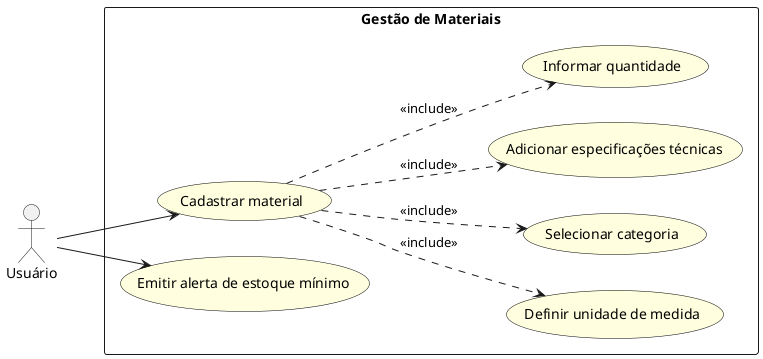
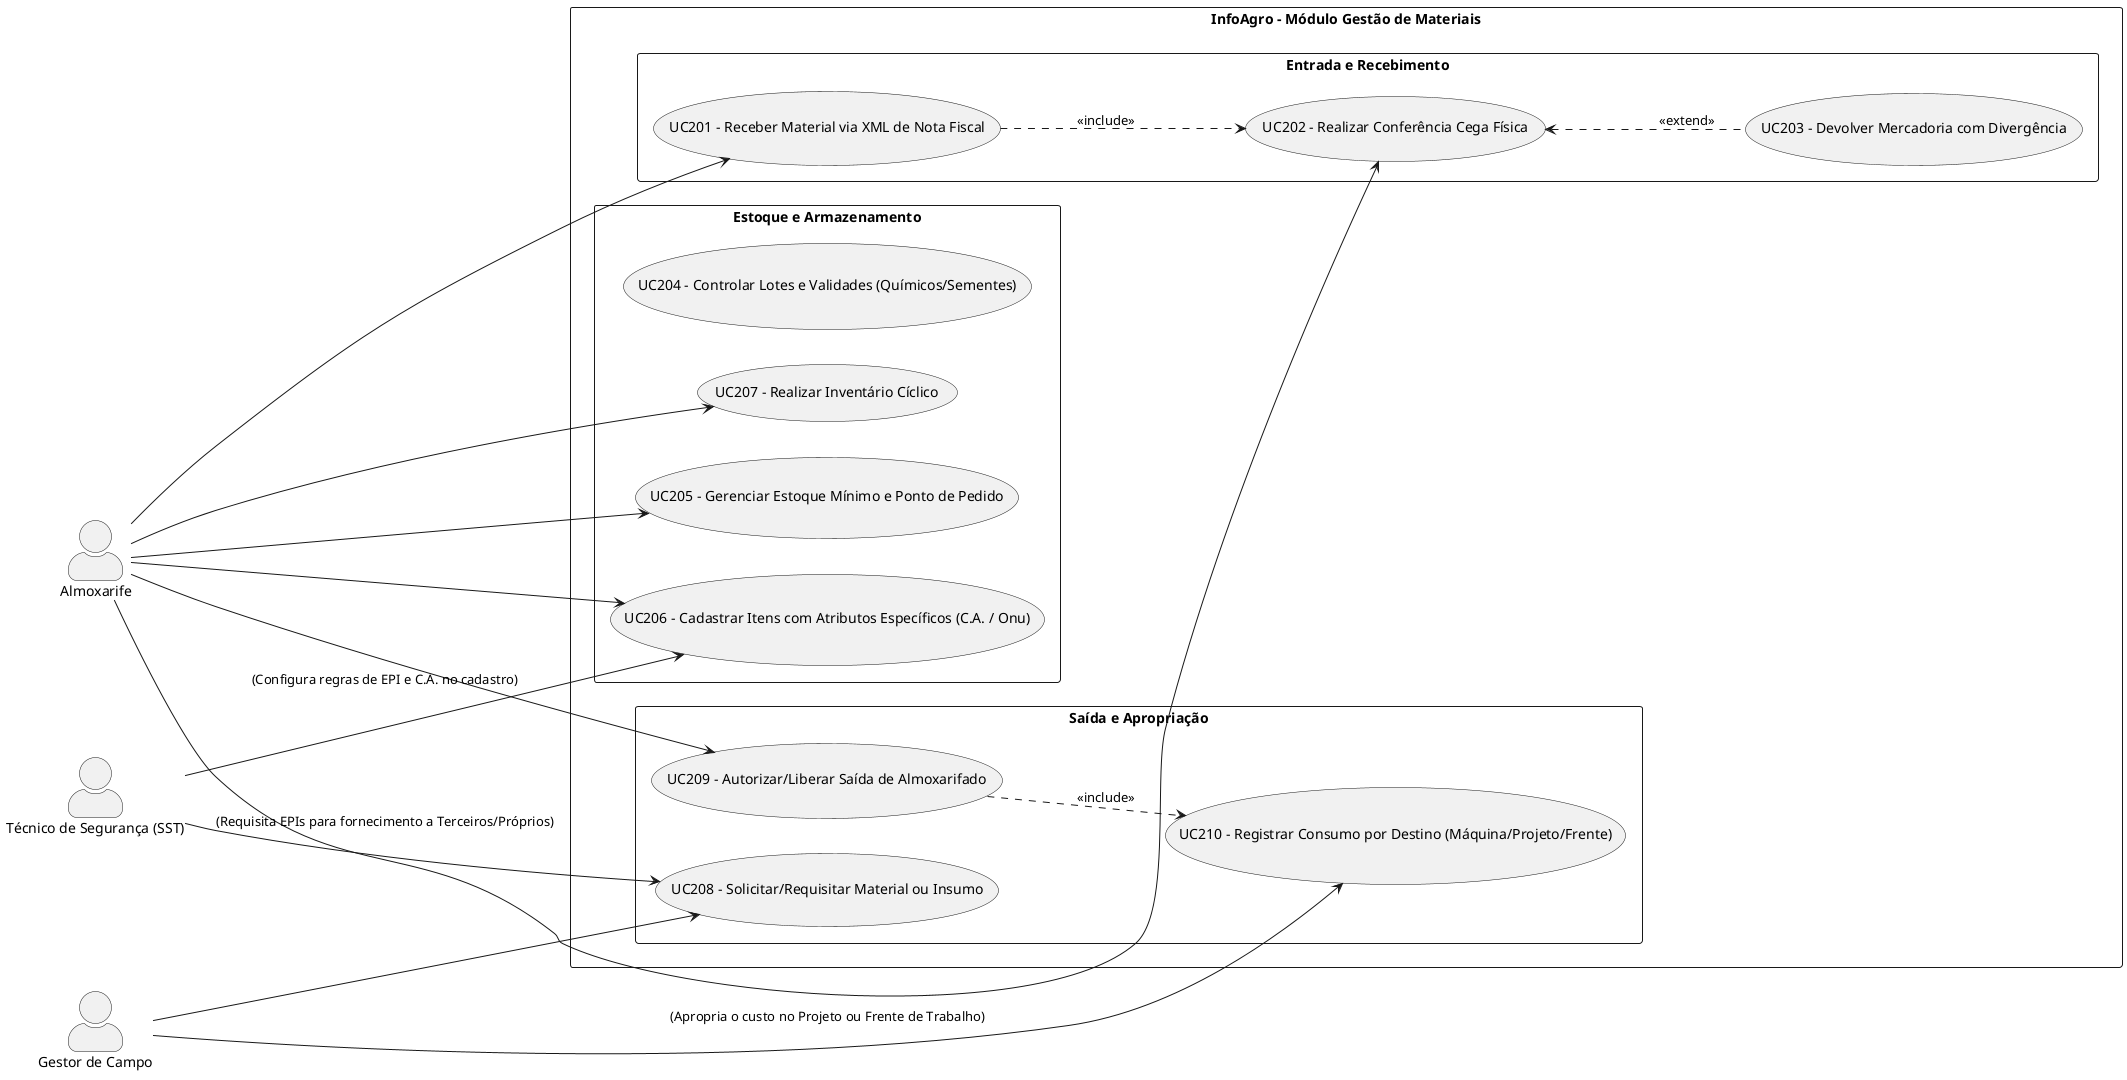
- skinparam dpi 300
- 
- @startuml
+ @startuml InfoAgro - Gestão de Materiais Atualizado
left to right direction
skinparam packageStyle rectangle
- skinparam usecase {
-   BackgroundColor LightYellow
-   BorderColor Black
+ skinparam actorStyle awesome
+ 
+ actor "Almoxarife" as Almoxarife
+ actor "Gestor de Campo" as Gestor
+ actor "Técnico de Segurança (SST)" as SST
+ 
+ rectangle "InfoAgro - Módulo Gestão de Materiais" {
+ 
+     package "Entrada e Recebimento" {
+         usecase "UC201 - Receber Material via XML de Nota Fiscal" as UC201
+         usecase "UC202 - Realizar Conferência Cega Física" as UC202
+         usecase "UC203 - Devolver Mercadoria com Divergência" as UC203
+     }
+ 
+     package "Estoque e Armazenamento" {
+         usecase "UC204 - Controlar Lotes e Validades (Químicos/Sementes)" as UC204
+         usecase "UC205 - Gerenciar Estoque Mínimo e Ponto de Pedido" as UC205
+         usecase "UC206 - Cadastrar Itens com Atributos Específicos (C.A. / Onu)" as UC206
+         usecase "UC207 - Realizar Inventário Cíclico" as UC207
+     }
+ 
+     package "Saída e Apropriação" {
+         usecase "UC208 - Solicitar/Requisitar Material ou Insumo" as UC208
+         usecase "UC209 - Autorizar/Liberar Saída de Almoxarifado" as UC209
+         usecase "UC210 - Registrar Consumo por Destino (Máquina/Projeto/Frente)" as UC210
+     }
+ 
+     UC201 ..> UC202 : <<include>>
+     UC202 <.. UC203 : <<extend>>
+     UC209 ..> UC210 : <<include>>
}

- actor "Usuário" as Usuario
+ Almoxarife --> UC201
+ Almoxarife --> UC202
+ Almoxarife --> UC205
+ Almoxarife --> UC206
+ Almoxarife --> UC207
+ Almoxarife --> UC209

- package "Gestão de Materiais" {
-   usecase "Cadastrar material" as UC_Cadastrar
-   usecase "Definir unidade de medida" as UC_Unidade
-   usecase "Selecionar categoria" as UC_Categoria
-   usecase "Adicionar especificações técnicas" as UC_Especificacoes
-   usecase "Informar quantidade" as UC_Quantidade
-   usecase "Emitir alerta de estoque mínimo" as UC_AlertaMinimo
- }
+ Gestor --> UC208
+ Gestor --> UC210 : (Apropria o custo no Projeto ou Frente de Trabalho)

- Usuario --> UC_Cadastrar
- Usuario --> UC_AlertaMinimo
- UC_Cadastrar .down.> UC_Unidade : <<include>>
- UC_Cadastrar .down.> UC_Categoria : <<include>>
- UC_Cadastrar .down.> UC_Especificacoes : <<include>>
- UC_Cadastrar .down.> UC_Quantidade : <<include>>
+ SST --> UC206 : (Configura regras de EPI e C.A. no cadastro)
+ SST --> UC208 : (Requisita EPIs para fornecimento a Terceiros/Próprios)

- @enduml
+ @enduml